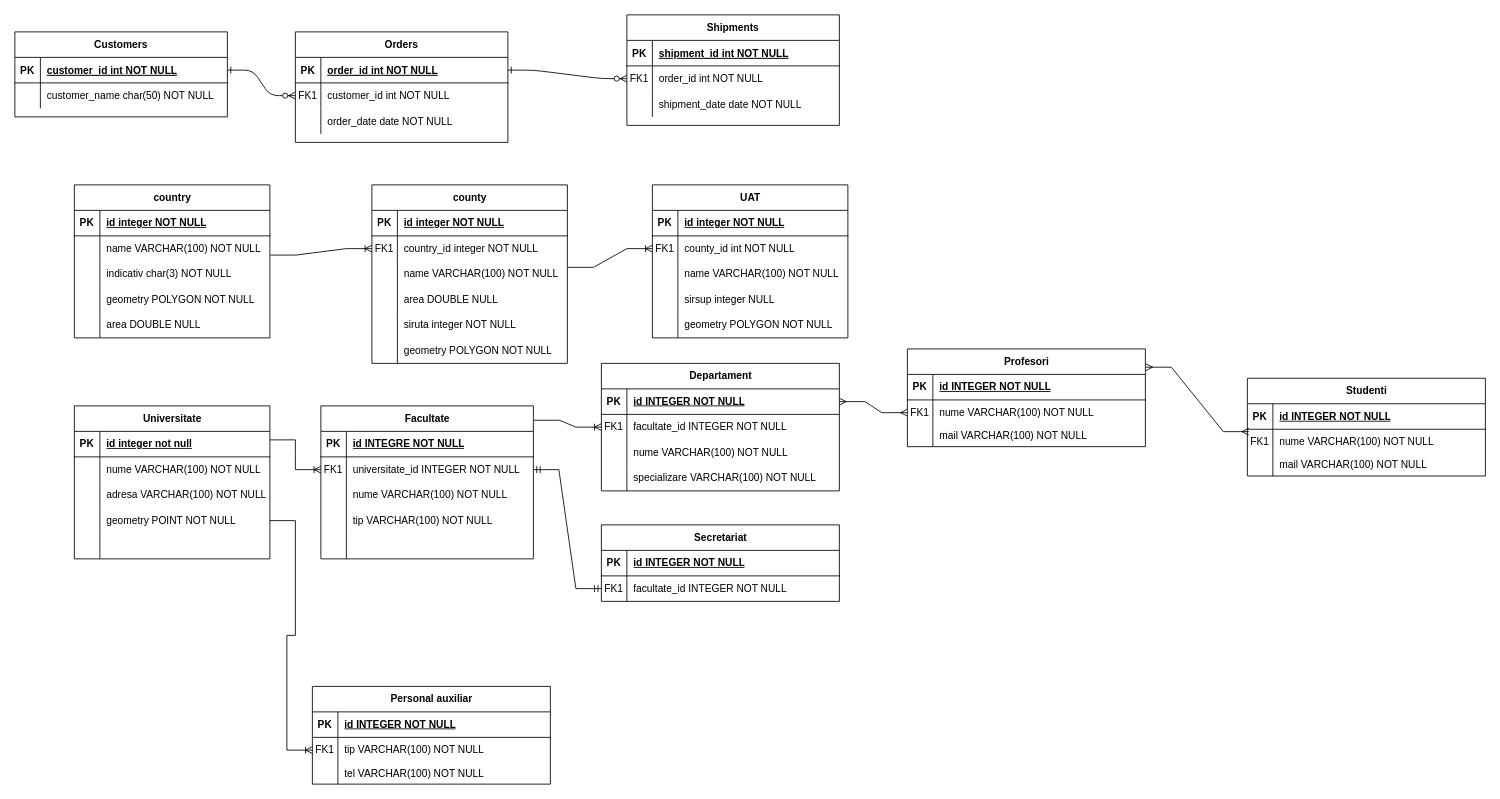
The draw.io diagram model_conceptual.drawio in AndreeaRusanda/modelare_db, before the edit. Source tidied: cells renumbered, new cells numbered last; positions are measured from the earlier drawing's top-left corner, leaving out a move shared by most shapes. Both pictures are drawn from the tidied source at 85%, with x=0, y=0 at pixel (14, 14).
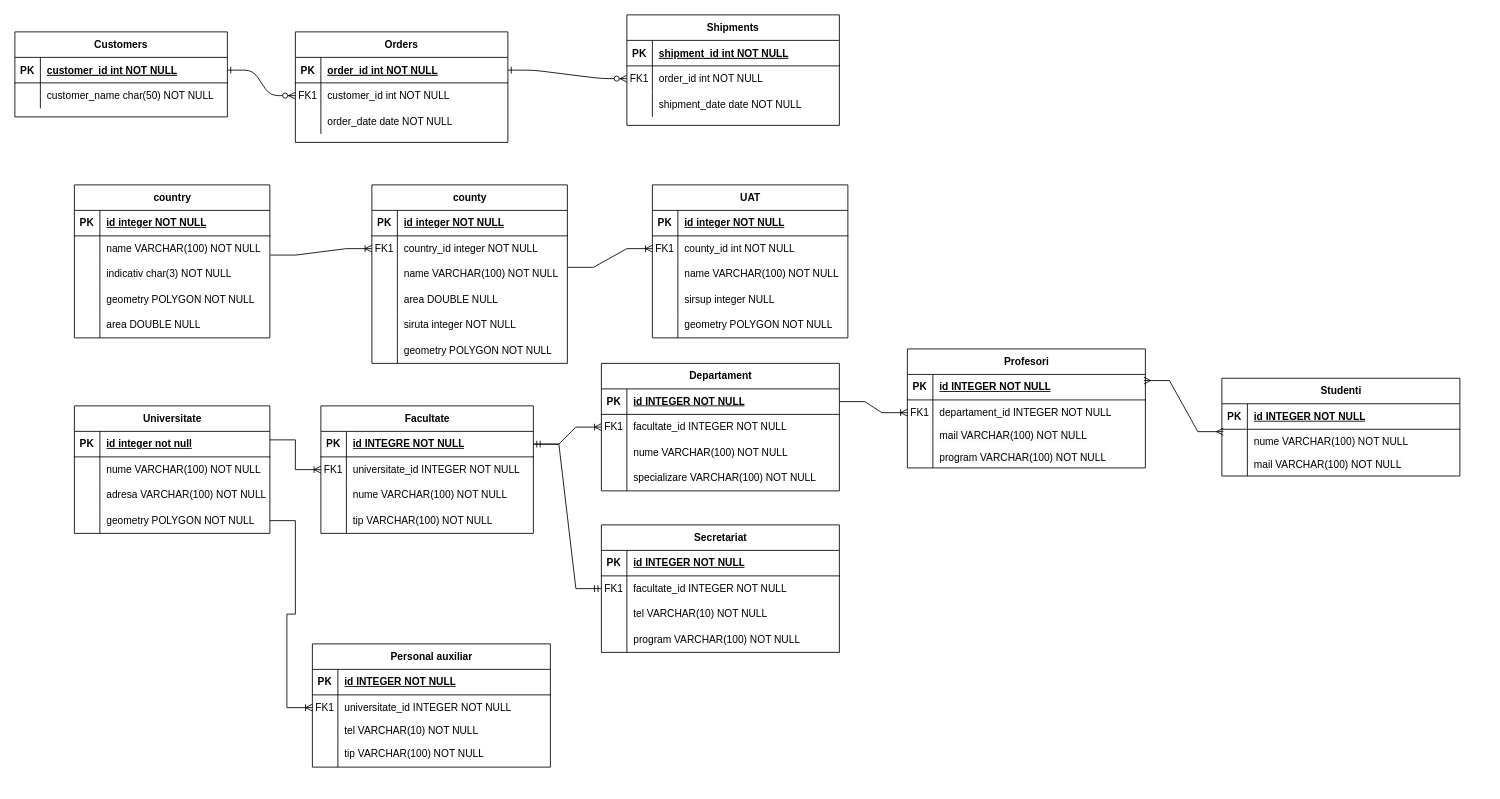
The same diagram, later.

Unchanged cells that the change refers to:
```xml
<mxCell id="94" style="shape=tableRow;horizontal=0;startSize=0;swimlaneHead=0;swimlaneBody=0;fillColor=none;points=[[0,0.5],[1,0.5]];portConstraint=eastwest;top=0;left=0;right=0;bottom=0;" parent="84" vertex="1">
  <mxGeometry y="120" width="230" height="30" as="geometry" />
</mxCell>
<mxCell id="101" style="shape=tableRow;horizontal=0;startSize=0;swimlaneHead=0;swimlaneBody=0;fillColor=none;points=[[0,0.5],[1,0.5]];portConstraint=eastwest;top=0;left=0;right=0;bottom=1;" parent="100" vertex="1">
  <mxGeometry y="30" width="250" height="30" as="geometry" />
</mxCell>
<mxCell id="104" style="shape=tableRow;horizontal=0;startSize=0;swimlaneHead=0;swimlaneBody=0;fillColor=none;points=[[0,0.5],[1,0.5]];portConstraint=eastwest;top=0;left=0;right=0;bottom=0;" parent="100" vertex="1">
  <mxGeometry y="60" width="250" height="30" as="geometry" />
</mxCell>
<mxCell id="117" style="shape=tableRow;horizontal=0;startSize=0;swimlaneHead=0;swimlaneBody=0;fillColor=none;points=[[0,0.5],[1,0.5]];portConstraint=eastwest;top=0;left=0;right=0;bottom=1;" parent="116" vertex="1">
  <mxGeometry y="30" width="280" height="30" as="geometry" />
</mxCell>
<mxCell id="120" style="shape=tableRow;horizontal=0;startSize=0;swimlaneHead=0;swimlaneBody=0;fillColor=none;points=[[0,0.5],[1,0.5]];portConstraint=eastwest;top=0;left=0;right=0;bottom=0;" parent="116" vertex="1">
  <mxGeometry y="60" width="280" height="30" as="geometry" />
</mxCell>
<mxCell id="133" style="shape=tableRow;horizontal=0;startSize=0;swimlaneHead=0;swimlaneBody=0;fillColor=none;points=[[0,0.5],[1,0.5]];portConstraint=eastwest;top=0;left=0;right=0;bottom=0;" parent="129" vertex="1">
  <mxGeometry y="60" width="280" height="30" as="geometry" />
</mxCell>
<mxCell id="140" style="shape=tableRow;horizontal=0;startSize=0;swimlaneHead=0;swimlaneBody=0;fillColor=none;points=[[0,0.5],[1,0.5]];portConstraint=eastwest;top=0;left=0;right=0;bottom=1;" parent="139" vertex="1">
  <mxGeometry y="30" width="280" height="30" as="geometry" />
</mxCell>
<mxCell id="143" style="shape=tableRow;horizontal=0;startSize=0;swimlaneHead=0;swimlaneBody=0;fillColor=none;points=[[0,0.5],[1,0.5]];portConstraint=eastwest;top=0;left=0;right=0;bottom=0;" parent="139" vertex="1">
  <mxGeometry y="60" width="280" height="30" as="geometry" />
</mxCell>
<mxCell id="154" style="shape=tableRow;horizontal=0;startSize=0;swimlaneHead=0;swimlaneBody=0;fillColor=none;points=[[0,0.5],[1,0.5]];portConstraint=eastwest;top=0;left=0;right=0;bottom=0;" parent="150" vertex="1">
  <mxGeometry y="60" width="280" height="30" as="geometry" />
</mxCell>
<mxCell id="165" style="shape=tableRow;horizontal=0;startSize=0;swimlaneHead=0;swimlaneBody=0;fillColor=none;points=[[0,0.5],[1,0.5]];portConstraint=eastwest;top=0;left=0;right=0;bottom=0;" parent="161" vertex="1">
  <mxGeometry y="60" width="280" height="30" as="geometry" />
</mxCell>
<mxCell id="168" style="shape=tableRow;horizontal=0;startSize=0;swimlaneHead=0;swimlaneBody=0;fillColor=none;top=0;left=0;right=0;bottom=0;" parent="161" vertex="1">
  <mxGeometry y="90" width="280" height="25" as="geometry" />
</mxCell>
```

What changed in the source:
```diff
@@
     <mxCell id="84" value="Universitate" style="shape=table;startSize=30;childLayout=tableLayout;rowLines=0;fontStyle=1;align=center;html=1;" parent="1" vertex="1">
-      <mxGeometry x="70" y="460" width="230" height="180" as="geometry" />
+      <mxGeometry x="70" y="460" width="230" height="150" as="geometry" />
     </mxCell>
@@
-    <mxCell id="96" value="geometry POINT NOT NULL" style="shape=partialRectangle;fillColor=none;top=0;left=0;bottom=0;right=0;align=left;spacingLeft=6;overflow=hidden;whiteSpace=wrap;html=1;" parent="94" vertex="1">
+    <mxCell id="96" value="geometry POLYGON NOT NULL" style="shape=partialRectangle;fillColor=none;top=0;left=0;bottom=0;right=0;align=left;spacingLeft=6;overflow=hidden;whiteSpace=wrap;html=1;" parent="94" vertex="1">
       <mxGeometry x="30" width="200" height="30" as="geometry" />
     </mxCell>
-    <mxCell id="97" style="shape=tableRow;horizontal=0;startSize=0;swimlaneHead=0;swimlaneBody=0;fillColor=none;top=0;left=0;right=0;bottom=0;" parent="84" vertex="1">
-      <mxGeometry y="150" width="230" height="30" as="geometry" />
-    </mxCell>
-    <mxCell id="98" style="shape=partialRectangle;fillColor=none;top=0;left=0;bottom=0;right=0;overflow=hidden;whiteSpace=wrap;html=1;" parent="97" vertex="1">
-      <mxGeometry width="30" height="30" as="geometry" />
-    </mxCell>
-    <mxCell id="99" style="shape=partialRectangle;fillColor=none;top=0;left=0;bottom=0;right=0;align=left;spacingLeft=6;overflow=hidden;whiteSpace=wrap;html=1;" parent="97" vertex="1">
-      <mxGeometry x="30" width="200" height="30" as="geometry" />
-    </mxCell>
     <mxCell id="100" value="Facultate" style="shape=table;startSize=30;childLayout=tableLayout;rowLines=0;fontStyle=1;align=center;html=1;" parent="1" vertex="1">
-      <mxGeometry x="360" y="460" width="250" height="180" as="geometry" />
+      <mxGeometry x="360" y="460" width="250" height="150" as="geometry" />
     </mxCell>
@@
-    <mxCell id="113" style="shape=tableRow;horizontal=0;startSize=0;swimlaneHead=0;swimlaneBody=0;fillColor=none;top=0;left=0;right=0;bottom=0;" parent="100" vertex="1">
-      <mxGeometry y="150" width="250" height="30" as="geometry" />
-    </mxCell>
-    <mxCell id="114" style="shape=partialRectangle;fillColor=none;top=0;left=0;bottom=0;right=0;overflow=hidden;whiteSpace=wrap;html=1;" parent="113" vertex="1">
-      <mxGeometry width="30" height="30" as="geometry" />
-    </mxCell>
-    <mxCell id="115" style="shape=partialRectangle;fillColor=none;top=0;left=0;bottom=0;right=0;align=left;spacingLeft=6;overflow=hidden;whiteSpace=wrap;html=1;" parent="113" vertex="1">
-      <mxGeometry x="30" width="220" height="30" as="geometry" />
-    </mxCell>
@@
     <mxCell id="129" value="Secretariat" style="shape=table;startSize=30;childLayout=tableLayout;rowLines=0;fontStyle=1;align=center;html=1;" parent="1" vertex="1">
-      <mxGeometry x="690" y="600" width="280" height="90" as="geometry" />
+      <mxGeometry x="690" y="600" width="280" height="150" as="geometry" />
     </mxCell>
@@
+    <mxCell id="172" style="shape=tableRow;horizontal=0;startSize=0;swimlaneHead=0;swimlaneBody=0;fillColor=none;top=0;left=0;right=0;bottom=0;" parent="129" vertex="1">
+      <mxGeometry y="90" width="280" height="30" as="geometry" />
+    </mxCell>
+    <mxCell id="173" style="shape=partialRectangle;fillColor=none;top=0;left=0;bottom=0;right=0;overflow=hidden;whiteSpace=wrap;html=1;" parent="172" vertex="1">
+      <mxGeometry width="30" height="30" as="geometry" />
+    </mxCell>
+    <mxCell id="174" value="tel VARCHAR(10) NOT NULL" style="shape=partialRectangle;fillColor=none;top=0;left=0;bottom=0;right=0;align=left;spacingLeft=6;overflow=hidden;whiteSpace=wrap;html=1;" parent="172" vertex="1">
+      <mxGeometry x="30" width="250" height="30" as="geometry" />
+    </mxCell>
+    <mxCell id="175" style="shape=tableRow;horizontal=0;startSize=0;swimlaneHead=0;swimlaneBody=0;fillColor=none;top=0;left=0;right=0;bottom=0;" parent="129" vertex="1">
+      <mxGeometry y="120" width="280" height="30" as="geometry" />
+    </mxCell>
+    <mxCell id="176" style="shape=partialRectangle;fillColor=none;top=0;left=0;bottom=0;right=0;overflow=hidden;whiteSpace=wrap;html=1;" parent="175" vertex="1">
+      <mxGeometry width="30" height="30" as="geometry" />
+    </mxCell>
+    <mxCell id="177" value="program VARCHAR(100) NOT NULL" style="shape=partialRectangle;fillColor=none;top=0;left=0;bottom=0;right=0;align=left;spacingLeft=6;overflow=hidden;whiteSpace=wrap;html=1;" parent="175" vertex="1">
+      <mxGeometry x="30" width="250" height="30" as="geometry" />
+    </mxCell>
@@
-    <mxCell id="137" style="edgeStyle=entityRelationEdgeStyle;fontSize=12;html=1;endArrow=ERoneToMany;rounded=0;exitX=1.003;exitY=0.094;exitDx=0;exitDy=0;exitPerimeter=0;entryX=0;entryY=0.5;entryDx=0;entryDy=0;" parent="1" edge="1" source="100" target="120">
+    <mxCell id="137" style="edgeStyle=entityRelationEdgeStyle;fontSize=12;html=1;endArrow=ERoneToMany;rounded=0;exitX=1;exitY=0.5;exitDx=0;exitDy=0;entryX=0;entryY=0.5;entryDx=0;entryDy=0;" parent="1" edge="1" source="101" target="120">
       <mxGeometry relative="1" as="geometry" />
     </mxCell>
-    <mxCell id="138" style="edgeStyle=entityRelationEdgeStyle;fontSize=12;html=1;endArrow=ERmandOne;startArrow=ERmandOne;rounded=0;exitX=1;exitY=0.5;exitDx=0;exitDy=0;entryX=0;entryY=0.5;entryDx=0;entryDy=0;" parent="1" edge="1" source="104" target="133">
+    <mxCell id="138" style="edgeStyle=entityRelationEdgeStyle;fontSize=12;html=1;endArrow=ERmandOne;startArrow=ERmandOne;rounded=0;exitX=1;exitY=0.5;exitDx=0;exitDy=0;entryX=0;entryY=0.5;entryDx=0;entryDy=0;" parent="1" edge="1" source="101" target="133">
       <mxGeometry relative="1" as="geometry" />
     </mxCell>
     <mxCell id="139" value="Profesori" style="shape=table;startSize=30;childLayout=tableLayout;rowLines=0;fontStyle=1;align=center;html=1;" parent="1" vertex="1">
-      <mxGeometry x="1050" y="393" width="280" height="115" as="geometry" />
+      <mxGeometry x="1050" y="393" width="280" height="140" as="geometry" />
     </mxCell>
@@
-    <mxCell id="145" value="nume VARCHAR(100) NOT NULL" style="shape=partialRectangle;fillColor=none;top=0;left=0;bottom=0;right=0;align=left;spacingLeft=6;overflow=hidden;whiteSpace=wrap;html=1;" parent="143" vertex="1">
+    <mxCell id="145" value="departament_id INTEGER NOT NULL" style="shape=partialRectangle;fillColor=none;top=0;left=0;bottom=0;right=0;align=left;spacingLeft=6;overflow=hidden;whiteSpace=wrap;html=1;" parent="143" vertex="1">
       <mxGeometry x="30" width="250" height="30" as="geometry" />
     </mxCell>
@@
-    <mxCell id="149" style="edgeStyle=entityRelationEdgeStyle;fontSize=12;html=1;endArrow=ERmany;startArrow=ERmany;rounded=0;exitX=1;exitY=0.5;exitDx=0;exitDy=0;entryX=0;entryY=0.5;entryDx=0;entryDy=0;" parent="1" edge="1" source="117" target="143">
-      <mxGeometry relative="1" as="geometry" />
-    </mxCell>
+    <mxCell id="178" style="shape=tableRow;horizontal=0;startSize=0;swimlaneHead=0;swimlaneBody=0;fillColor=none;top=0;left=0;right=0;bottom=0;" parent="139" vertex="1">
+      <mxGeometry y="115" width="280" height="25" as="geometry" />
+    </mxCell>
+    <mxCell id="179" style="shape=partialRectangle;fillColor=none;top=0;left=0;bottom=0;right=0;overflow=hidden;whiteSpace=wrap;html=1;" parent="178" vertex="1">
+      <mxGeometry width="30" height="25" as="geometry" />
+    </mxCell>
+    <mxCell id="180" value="&lt;span style=&quot;color: rgb(0, 0, 0); font-family: Helvetica; font-size: 12px; font-style: normal; font-variant-ligatures: normal; font-variant-caps: normal; font-weight: 400; letter-spacing: normal; orphans: 2; text-align: left; text-indent: 0px; text-transform: none; widows: 2; word-spacing: 0px; -webkit-text-stroke-width: 0px; background-color: rgb(251, 251, 251); text-decoration-thickness: initial; text-decoration-style: initial; text-decoration-color: initial; float: none; display: inline !important;&quot;&gt;program VARCHAR(100) NOT NULL&lt;/span&gt;" style="shape=partialRectangle;fillColor=none;top=0;left=0;bottom=0;right=0;align=left;spacingLeft=6;overflow=hidden;whiteSpace=wrap;html=1;" parent="178" vertex="1">
+      <mxGeometry x="30" width="250" height="25" as="geometry" />
+    </mxCell>
     <mxCell id="150" value="Studenti" style="shape=table;startSize=30;childLayout=tableLayout;rowLines=0;fontStyle=1;align=center;html=1;" parent="1" vertex="1">
-      <mxGeometry x="1450" y="427.5" width="280" height="115" as="geometry" />
+      <mxGeometry x="1420" y="427.5" width="280" height="115" as="geometry" />
     </mxCell>
@@
-    <mxCell id="155" value="FK1" style="shape=partialRectangle;fillColor=none;top=0;left=0;bottom=0;right=0;overflow=hidden;whiteSpace=wrap;html=1;" parent="154" vertex="1">
+    <mxCell id="155" style="shape=partialRectangle;fillColor=none;top=0;left=0;bottom=0;right=0;overflow=hidden;whiteSpace=wrap;html=1;" parent="154" vertex="1">
       <mxGeometry width="30" height="30" as="geometry" />
     </mxCell>
@@
-    <mxCell id="160" style="edgeStyle=entityRelationEdgeStyle;fontSize=12;html=1;endArrow=ERmany;startArrow=ERmany;rounded=0;exitX=1.002;exitY=0.187;exitDx=0;exitDy=0;exitPerimeter=0;entryX=0.006;entryY=0.094;entryDx=0;entryDy=0;entryPerimeter=0;" parent="1" edge="1" source="139" target="154">
+    <mxCell id="160" style="edgeStyle=entityRelationEdgeStyle;fontSize=12;html=1;endArrow=ERmany;startArrow=ERmany;rounded=0;exitX=0.994;exitY=0.241;exitDx=0;exitDy=0;exitPerimeter=0;entryX=0.006;entryY=0.094;entryDx=0;entryDy=0;entryPerimeter=0;" parent="1" edge="1" source="140" target="154">
       <mxGeometry relative="1" as="geometry" />
     </mxCell>
     <mxCell id="161" value="Personal auxiliar" style="shape=table;startSize=30;childLayout=tableLayout;rowLines=0;fontStyle=1;align=center;html=1;" parent="1" vertex="1">
-      <mxGeometry x="350" y="790" width="280" height="115" as="geometry" />
+      <mxGeometry x="350" y="740" width="280" height="145" as="geometry" />
     </mxCell>
@@
-    <mxCell id="167" value="tip VARCHAR(100) NOT NULL" style="shape=partialRectangle;fillColor=none;top=0;left=0;bottom=0;right=0;align=left;spacingLeft=6;overflow=hidden;whiteSpace=wrap;html=1;" parent="165" vertex="1">
+    <mxCell id="167" value="universitate_id INTEGER NOT NULL" style="shape=partialRectangle;fillColor=none;top=0;left=0;bottom=0;right=0;align=left;spacingLeft=6;overflow=hidden;whiteSpace=wrap;html=1;" parent="165" vertex="1">
       <mxGeometry x="30" width="250" height="30" as="geometry" />
     </mxCell>
@@
-    <mxCell id="170" value="&lt;span style=&quot;color: rgb(0, 0, 0); font-family: Helvetica; font-size: 12px; font-style: normal; font-variant-ligatures: normal; font-variant-caps: normal; font-weight: 400; letter-spacing: normal; orphans: 2; text-align: left; text-indent: 0px; text-transform: none; widows: 2; word-spacing: 0px; -webkit-text-stroke-width: 0px; background-color: rgb(251, 251, 251); text-decoration-thickness: initial; text-decoration-style: initial; text-decoration-color: initial; float: none; display: inline !important;&quot;&gt;tel VARCHAR(100) NOT NULL&lt;/span&gt;" style="shape=partialRectangle;fillColor=none;top=0;left=0;bottom=0;right=0;align=left;spacingLeft=6;overflow=hidden;whiteSpace=wrap;html=1;" parent="168" vertex="1">
+    <mxCell id="170" value="&lt;span style=&quot;color: rgb(0, 0, 0); font-family: Helvetica; font-size: 12px; font-style: normal; font-variant-ligatures: normal; font-variant-caps: normal; font-weight: 400; letter-spacing: normal; orphans: 2; text-align: left; text-indent: 0px; text-transform: none; widows: 2; word-spacing: 0px; -webkit-text-stroke-width: 0px; background-color: rgb(251, 251, 251); text-decoration-thickness: initial; text-decoration-style: initial; text-decoration-color: initial; float: none; display: inline !important;&quot;&gt;tel VARCHAR(10) NOT NULL&lt;/span&gt;" style="shape=partialRectangle;fillColor=none;top=0;left=0;bottom=0;right=0;align=left;spacingLeft=6;overflow=hidden;whiteSpace=wrap;html=1;" parent="168" vertex="1">
       <mxGeometry x="30" width="250" height="25" as="geometry" />
     </mxCell>
+    <mxCell id="181" style="shape=tableRow;horizontal=0;startSize=0;swimlaneHead=0;swimlaneBody=0;fillColor=none;top=0;left=0;right=0;bottom=0;" parent="161" vertex="1">
+      <mxGeometry y="115" width="280" height="30" as="geometry" />
+    </mxCell>
+    <mxCell id="182" style="shape=partialRectangle;fillColor=none;top=0;left=0;bottom=0;right=0;overflow=hidden;whiteSpace=wrap;html=1;" parent="181" vertex="1">
+      <mxGeometry width="30" height="30" as="geometry" />
+    </mxCell>
+    <mxCell id="183" value="tip VARCHAR(100) NOT NULL" style="shape=partialRectangle;fillColor=none;top=0;left=0;bottom=0;right=0;align=left;spacingLeft=6;overflow=hidden;whiteSpace=wrap;html=1;" parent="181" vertex="1">
+      <mxGeometry x="30" width="250" height="30" as="geometry" />
+    </mxCell>
@@
+    <mxCell id="149" style="edgeStyle=entityRelationEdgeStyle;fontSize=12;html=1;endArrow=ERoneToMany;rounded=0;exitX=1;exitY=0.5;exitDx=0;exitDy=0;entryX=0;entryY=0.5;entryDx=0;entryDy=0;" parent="1" edge="1" source="117" target="143">
+      <mxGeometry relative="1" as="geometry" />
+    </mxCell>
```
